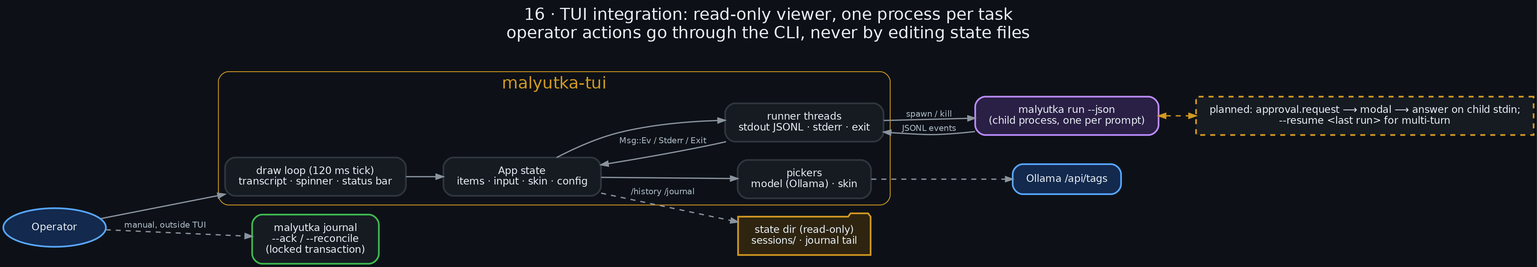
Earlier version of the Graphviz export docs/diagrams/16_tui_integration.png (danindiana/malyutka). Its source is kept beside it as docs/diagrams/16_tui_integration.dot.
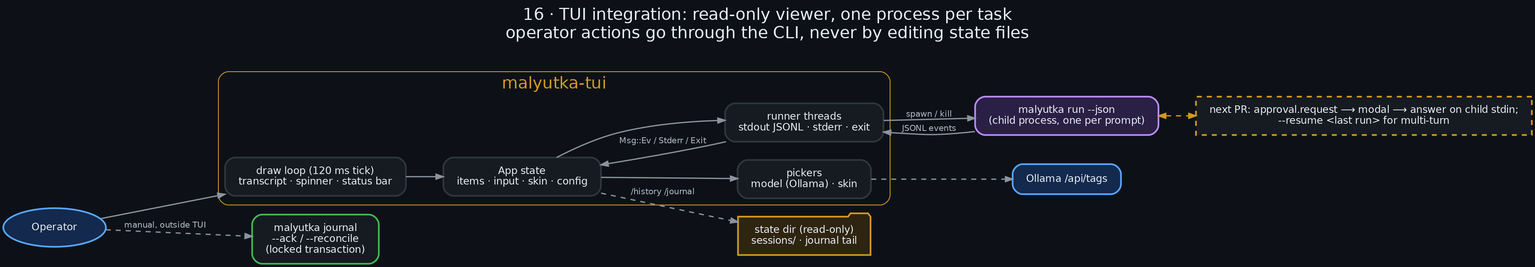
Later version of the same file.

What changed in the source:
```diff
@@ -14,7 +14,7 @@
     ro [label="state dir (read-only)\nsessions/ · journal tail", shape=folder, color="#d29922", fillcolor="#2e2410"];
     opcmd [label="malyutka journal\n--ack / --reconcile\n(locked transaction)", color="#3fb950"];
     oll [label="Ollama /api/tags", color="#58a6ff", fillcolor="#13294d"];
-    plan [label="planned: approval.request ⟶ modal ⟶ answer on child stdin;\n--resume <last run> for multi-turn", color="#d29922", style="filled,dashed"];
+    plan [label="next PR: approval.request ⟶ modal ⟶ answer on child stdin;\n--resume <last run> for multi-turn", color="#d29922", style="filled,dashed"];
 
     op -> ui; ui -> app; app -> rn; rn -> cli [label="spawn / kill"]; cli -> rn [label="JSONL events"];
     rn -> app [label="Msg::Ev / Stderr / Exit"];
```
